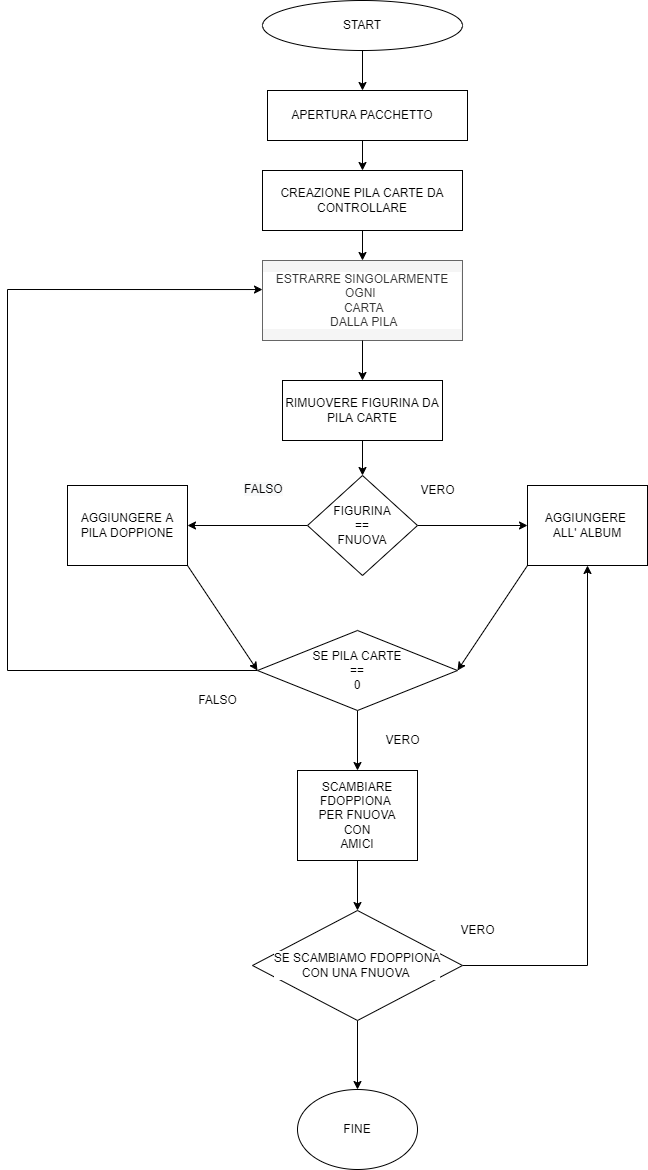
Earlier version of the draw.io export Diagramma_di_flusso.png (LorenzoPrimogeri/human-code). Source tidied: cells renumbered, new cells last; positions are measured from the earlier drawing's top-left corner, leaving out a move shared by most shapes.
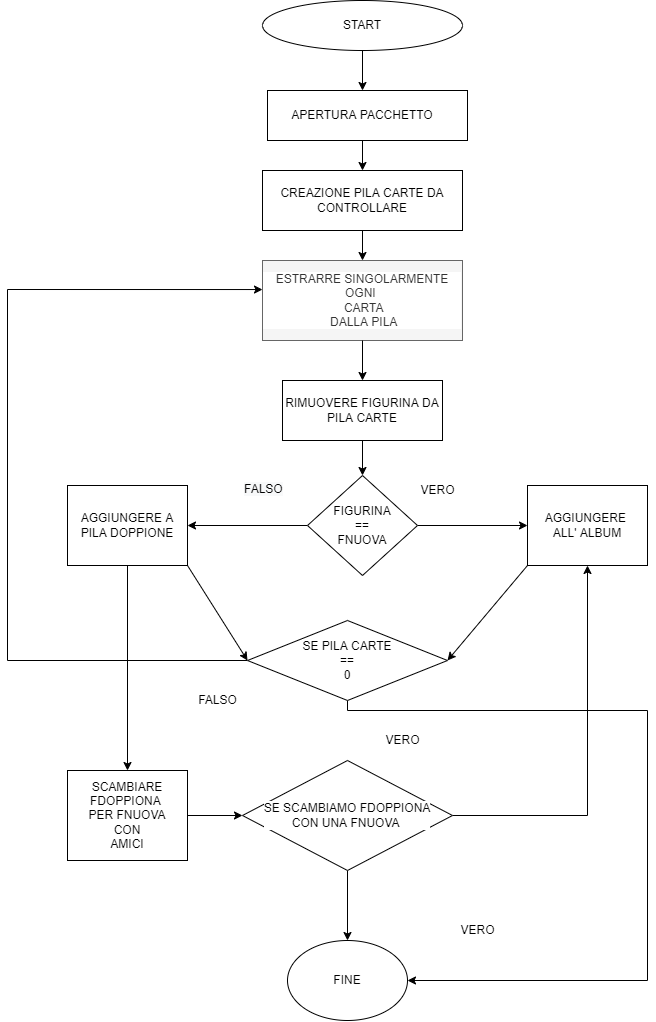
The same diagram one commit later.

Diff of the diagram source:
```diff
@@ -37,6 +37,9 @@
     <mxCell id="12" value="AGGIUNGERE &lt;br&gt;ALL' ALBUM" style="whiteSpace=wrap;html=1;fillColor=#FFFFFF;fontColor=#000000;labelBackgroundColor=#FFFFFF;" parent="1" vertex="1">
       <mxGeometry x="520" y="485" width="120" height="80" as="geometry" />
     </mxCell>
+    <mxCell id="35" style="edgeStyle=orthogonalEdgeStyle;rounded=0;jettySize=auto;html=1;entryX=0.5;entryY=0;entryDx=0;entryDy=0;" parent="1" edge="1" source="13" target="17">
+      <mxGeometry relative="1" as="geometry" />
+    </mxCell>
     <mxCell id="13" value="AGGIUNGERE A PILA DOPPIONE" style="whiteSpace=wrap;html=1;fillColor=#FFFFFF;fontColor=#000000;labelBackgroundColor=#FFFFFF;" parent="1" vertex="1">
       <mxGeometry x="60" y="485" width="120" height="80" as="geometry" />
     </mxCell>
@@ -50,13 +53,13 @@
       <mxGeometry relative="1" as="geometry" />
     </mxCell>
     <mxCell id="17" value="SCAMBIARE FDOPPIONA &lt;br&gt;PER FNUOVA&lt;br&gt;CON&lt;br&gt;AMICI" style="whiteSpace=wrap;html=1;fillColor=#FFFFFF;fontColor=#000000;labelBackgroundColor=#FFFFFF;" parent="1" vertex="1">
-      <mxGeometry x="290" y="770" width="120" height="90" as="geometry" />
+      <mxGeometry x="60" y="770" width="120" height="90" as="geometry" />
     </mxCell>
     <mxCell id="18" style="edgeStyle=orthogonalEdgeStyle;rounded=0;orthogonalLoop=1;jettySize=auto;html=1;entryX=0.5;entryY=1;entryDx=0;entryDy=0;fontColor=#000000;exitX=0.5;exitY=1;exitDx=0;exitDy=0;" parent="1" edge="1" source="17" target="17">
       <mxGeometry relative="1" as="geometry" />
     </mxCell>
     <mxCell id="19" value="FINE" style="ellipse;whiteSpace=wrap;html=1;labelBackgroundColor=#FFFFFF;fontColor=#000000;fillColor=#FFFFFF;" parent="1" vertex="1">
-      <mxGeometry x="290" y="1089" width="120" height="80" as="geometry" />
+      <mxGeometry x="280" y="940" width="120" height="80" as="geometry" />
     </mxCell>
     <mxCell id="20" style="edgeStyle=orthogonalEdgeStyle;rounded=0;jettySize=auto;html=1;fontColor=#000000;" parent="1" edge="1" source="22" target="19">
       <mxGeometry relative="1" as="geometry" />
@@ -65,7 +68,7 @@
       <mxGeometry relative="1" as="geometry" />
     </mxCell>
     <mxCell id="22" value="SE SCAMBIAMO FDOPPIONA&lt;br&gt;CON UNA FNUOVA&amp;nbsp;" style="rhombus;whiteSpace=wrap;html=1;labelBackgroundColor=#FFFFFF;fontColor=#000000;fillColor=#FFFFFF;" parent="1" vertex="1">
-      <mxGeometry x="245" y="910" width="210" height="110" as="geometry" />
+      <mxGeometry x="235" y="760" width="210" height="110" as="geometry" />
     </mxCell>
     <mxCell id="23" value="VERO&lt;br&gt;" style="text;html=1;align=center;verticalAlign=middle;strokeColor=none;fillColor=none;fontColor=#000000;" parent="1" vertex="1">
       <mxGeometry x="370" y="730" width="50" height="20" as="geometry" />
@@ -85,19 +88,25 @@
     <mxCell id="28" style="endArrow=classic;html=1;rounded=0;fontColor=#000000;exitX=1;exitY=1;exitDx=0;exitDy=0;entryX=0;entryY=0.5;entryDx=0;entryDy=0;" parent="1" edge="1" source="13" target="31">
       <mxGeometry relative="1" as="geometry" />
     </mxCell>
-    <mxCell id="29" style="edgeStyle=orthogonalEdgeStyle;rounded=0;jettySize=auto;html=1;entryX=0.5;entryY=0;entryDx=0;entryDy=0;fontColor=#000000;" parent="1" edge="1" source="31" target="17">
-      <mxGeometry relative="1" as="geometry" />
-    </mxCell>
     <mxCell id="30" style="edgeStyle=orthogonalEdgeStyle;rounded=0;jettySize=auto;html=1;entryX=0;entryY=0.363;entryDx=0;entryDy=0;entryPerimeter=0;fontColor=#000000;" parent="1" edge="1" source="31" target="7">
       <mxGeometry relative="1" as="geometry">
         <Array as="points">
-          <mxPoint y="670" />
+          <mxPoint y="660" />
           <mxPoint y="289" />
         </Array>
       </mxGeometry>
     </mxCell>
+    <mxCell id="36" style="edgeStyle=orthogonalEdgeStyle;rounded=0;jettySize=auto;html=1;entryX=1;entryY=0.5;entryDx=0;entryDy=0;" parent="1" edge="1" source="31" target="19">
+      <mxGeometry relative="1" as="geometry">
+        <Array as="points">
+          <mxPoint x="340" y="710" />
+          <mxPoint x="640" y="710" />
+          <mxPoint x="640" y="980" />
+        </Array>
+      </mxGeometry>
+    </mxCell>
     <mxCell id="31" value="SE PILA CARTE&lt;br&gt;==&lt;br&gt;0" style="rhombus;whiteSpace=wrap;html=1;labelBackgroundColor=#FFFFFF;fontColor=#000000;fillColor=#FFFFFF;" parent="1" vertex="1">
-      <mxGeometry x="250" y="630" width="200" height="80" as="geometry" />
+      <mxGeometry x="240" y="620" width="200" height="80" as="geometry" />
     </mxCell>
     <mxCell id="32" style="endArrow=classic;html=1;rounded=0;fontColor=#000000;exitX=0;exitY=1;exitDx=0;exitDy=0;entryX=1;entryY=0.5;entryDx=0;entryDy=0;" parent="1" edge="1" source="12" target="31">
       <mxGeometry relative="1" as="geometry" />
```
